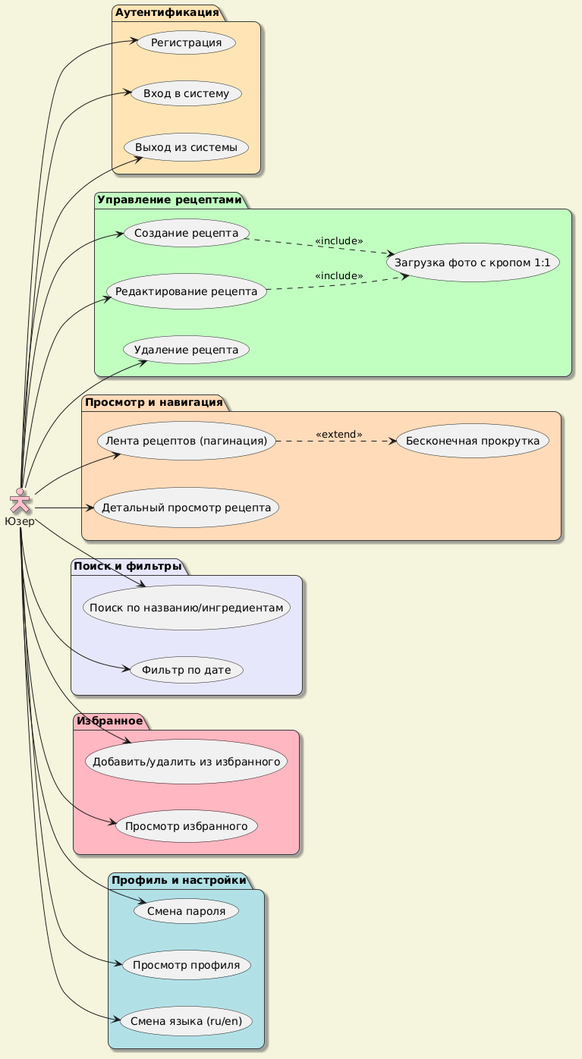
cranchy-team/cook-book keeps this PlantUML diagram as docs/diagrams/диаграмма_прецедентов.png. Above is the earlier version. Source of this version:
```plantuml
@startuml
!theme mars
left to right direction

skinparam shadowing true
skinparam roundcorner 18
skinparam backgroundcolor #F5F5DC
skinparam actorStyle hollow

actor "Юзер" as User #pink

package "Аутентификация" #FFE4B5 {
  usecase "Регистрация" as UC_Register
  usecase "Вход в систему" as UC_Login
  usecase "Выход из системы" as UC_Logout
}

package "Управление рецептами" #C1FFC1 {
  usecase "Создание рецепта" as UC_Create
  usecase "Редактирование рецепта" as UC_Edit
  usecase "Удаление рецепта" as UC_Delete
  usecase "Загрузка фото с кропом 1:1" as UC_Image
  UC_Create ..> UC_Image : <<include>>
  UC_Edit ..> UC_Image : <<include>>
}

package "Просмотр и навигация" #FFDAB9 {
  usecase "Лента рецептов (пагинация)" as UC_Feed
  usecase "Бесконечная прокрутка" as UC_Scroll
  usecase "Детальный просмотр рецепта" as UC_Detail
  UC_Feed ..> UC_Scroll : <<extend>>
}

package "Поиск и фильтры" #E6E6FA {
  usecase "Поиск по названию/ингредиентам" as UC_Search
  usecase "Фильтр по дате" as UC_DateFilter
}

package "Избранное" #FFB6C1 {
  usecase "Добавить/удалить из избранного" as UC_FavToggle
  usecase "Просмотр избранного" as UC_ViewFav
}

package "Профиль и настройки" #B0E0E6 {
  usecase "Смена пароля" as UC_ChangePwd
  usecase "Просмотр профиля" as UC_Profile
  usecase "Смена языка (ru/en)" as UC_Lang
}

User --> UC_Register
User --> UC_Login
User --> UC_Logout
User --> UC_Create
User --> UC_Edit
User --> UC_Delete
User --> UC_Feed
User --> UC_Detail
User --> UC_Search
User --> UC_DateFilter
User --> UC_FavToggle
User --> UC_ViewFav
User --> UC_ChangePwd
User --> UC_Profile
User --> UC_Lang
@enduml
```
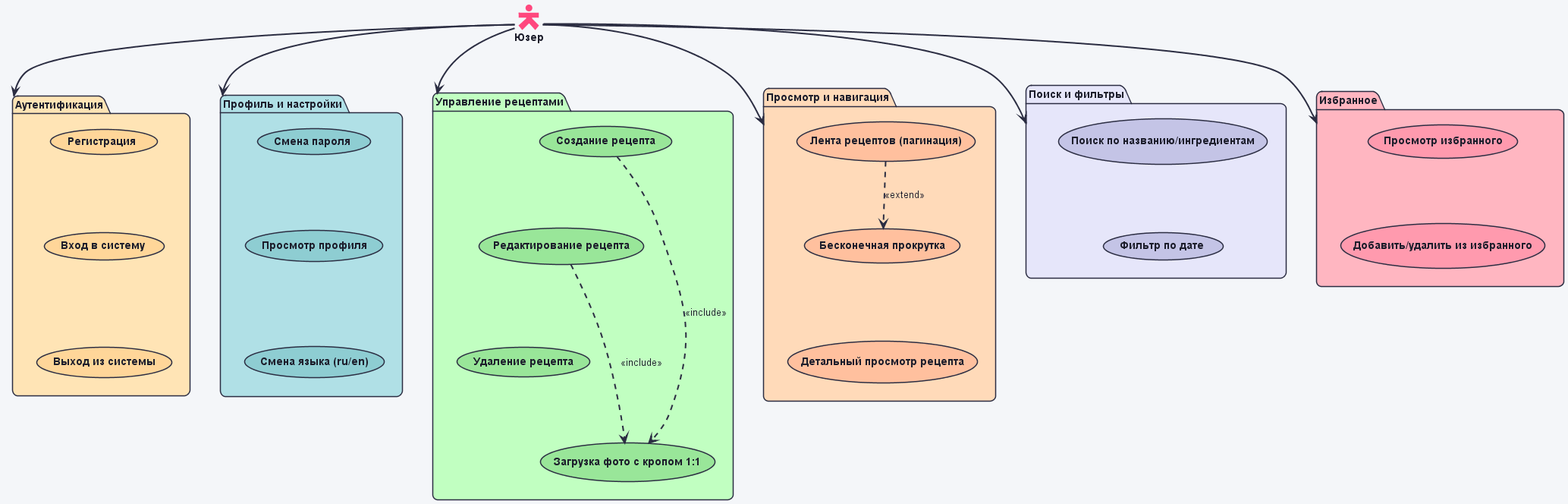
After the change.

Commit message:
docs(uml, readme): апдейт диаграмм use-case и component

Change to the diagram source:
```diff
@@ -1,65 +1,87 @@
-@startuml
-!theme mars
-left to right direction
+@startuml диаграмма_прецедентов
 
-skinparam shadowing true
-skinparam roundcorner 18
-skinparam backgroundcolor #F5F5DC
 skinparam actorStyle hollow
+skinparam shadowing false
+skinparam roundcorner 15
+skinparam backgroundcolor #F4F6F9
+skinparam defaultTextAlignment center
+skinparam ArrowColor #2B2D42
+skinparam ArrowThickness 2
+skinparam DefaultFontColor #1D1E2C
 
-actor "Юзер" as User #pink
-
-package "Аутентификация" #FFE4B5 {
-  usecase "Регистрация" as UC_Register
-  usecase "Вход в систему" as UC_Login
-  usecase "Выход из системы" as UC_Logout
+skinparam actor {
+  BackgroundColor #FF477E
+  BorderColor #FF477E
+  FontColor #1D1E2C
 }
 
-package "Управление рецептами" #C1FFC1 {
-  usecase "Создание рецепта" as UC_Create
-  usecase "Редактирование рецепта" as UC_Edit
-  usecase "Удаление рецепта" as UC_Delete
-  usecase "Загрузка фото с кропом 1:1" as UC_Image
+skinparam package {
+  BorderColor #2B2D42
+  FontColor #1D1E2C
+  FontStyle bold
+}
+skinparam usecase {
+  BorderColor #2B2D42
+  FontColor #1D1E2C
+  FontStyle bold
+}
+
+actor "**Юзер**" as User #FF477E
+
+package "Аутентификация" as UC_AUTH #FFE4B5 {
+  usecase "Регистрация" as UC_Register #FFD699
+  usecase "Вход в систему" as UC_Login #FFD699
+  usecase "Выход из системы" as UC_Logout #FFD699
+  UC_Register -[hidden]down-> UC_Login
+  UC_Login -[hidden]down-> UC_Logout
+}
+
+package "Профиль и настройки" as UC_PROFILE #B0E0E6 {
+  usecase "Смена пароля" as UC_ChangePwd #8ECDD2
+  usecase "Просмотр профиля" as UC_Profile #8ECDD2
+  usecase "Смена языка (ru/en)" as UC_Lang #8ECDD2
+  UC_ChangePwd -[hidden]down-> UC_Profile
+  UC_Profile -[hidden]down-> UC_Lang
+}
+
+package "Управление рецептами" as UC_RECIPE #C1FFC1 {
+  usecase "Создание рецепта" as UC_Create #99E699
+  usecase "Редактирование рецепта" as UC_Edit #99E699
+  usecase "Удаление рецепта" as UC_Delete #99E699
+  usecase "Загрузка фото с кропом 1:1" as UC_Image #99E699
+  UC_Create -[hidden]down-> UC_Edit
+  UC_Edit -[hidden]down-> UC_Delete
+  UC_Delete -[hidden]down-> UC_Image
   UC_Create ..> UC_Image : <<include>>
   UC_Edit ..> UC_Image : <<include>>
 }
 
-package "Просмотр и навигация" #FFDAB9 {
-  usecase "Лента рецептов (пагинация)" as UC_Feed
-  usecase "Бесконечная прокрутка" as UC_Scroll
-  usecase "Детальный просмотр рецепта" as UC_Detail
+package "Просмотр и навигация" as UC_VIEW_NAV #FFDAB9 {
+  usecase "Лента рецептов (пагинация)" as UC_Feed #FFC09E
+  usecase "Бесконечная прокрутка" as UC_Scroll #FFC09E
+  usecase "Детальный просмотр рецепта" as UC_Detail #FFC09E
+  UC_Feed -[hidden]down-> UC_Scroll
+  UC_Scroll -[hidden]down-> UC_Detail
   UC_Feed ..> UC_Scroll : <<extend>>
 }
 
-package "Поиск и фильтры" #E6E6FA {
-  usecase "Поиск по названию/ингредиентам" as UC_Search
-  usecase "Фильтр по дате" as UC_DateFilter
+package "Поиск и фильтры" as UC_SEARCH_FILTER #E6E6FA {
+  usecase "Поиск по названию/ингредиентам" as UC_Search #C4C4E6
+  usecase "Фильтр по дате" as UC_DateFilter #C4C4E6
+  UC_Search -[hidden]down-> UC_DateFilter
 }
 
-package "Избранное" #FFB6C1 {
-  usecase "Добавить/удалить из избранного" as UC_FavToggle
-  usecase "Просмотр избранного" as UC_ViewFav
+package "Избранное" as US_FAVORITE #FFB6C1 {
+  usecase "Просмотр избранного" as UC_ViewFav #FF9AAE
+  usecase "Добавить/удалить из избранного" as UC_FavToggle #FF9AAE
+  UC_ViewFav -[hidden]down-> UC_FavToggle
 }
 
-package "Профиль и настройки" #B0E0E6 {
-  usecase "Смена пароля" as UC_ChangePwd
-  usecase "Просмотр профиля" as UC_Profile
-  usecase "Смена языка (ru/en)" as UC_Lang
-}
+User --> UC_RECIPE
+User --> UC_AUTH
+User --> UC_PROFILE
+User --> UC_VIEW_NAV
+User --> UC_SEARCH_FILTER
+User --> US_FAVORITE
 
-User --> UC_Register
-User --> UC_Login
-User --> UC_Logout
-User --> UC_Create
-User --> UC_Edit
-User --> UC_Delete
-User --> UC_Feed
-User --> UC_Detail
-User --> UC_Search
-User --> UC_DateFilter
-User --> UC_FavToggle
-User --> UC_ViewFav
-User --> UC_ChangePwd
-User --> UC_Profile
-User --> UC_Lang
 @enduml
```
